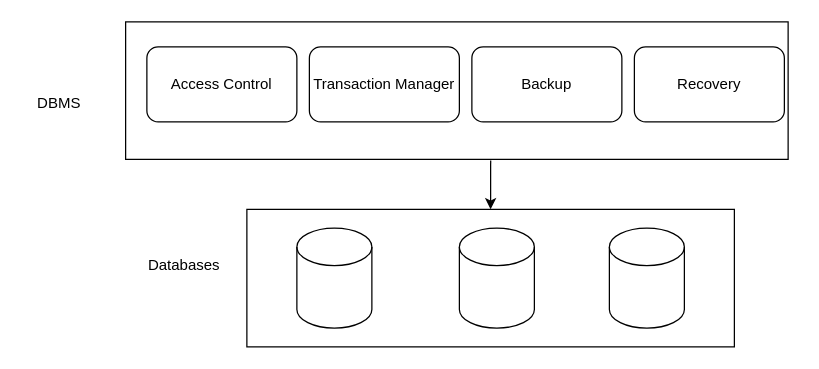
jayanthkmr/architecture-diagrams keeps this draw.io diagram as Database Diagram.drawio. Above is the earlier version. Source tidied: cells renumbered, new cells numbered last; positions are measured from the earlier drawing's top-left corner, leaving out a move shared by most shapes. Both pictures are drawn from the tidied source at 125%, with x=0, y=0 at pixel (21, 21).
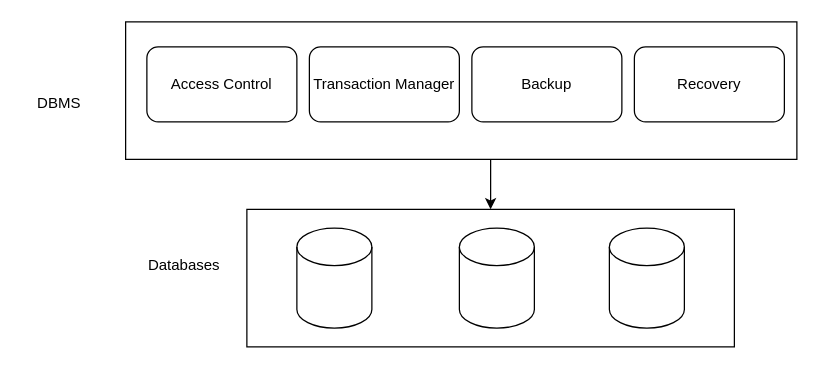
After the change.

Change to the diagram source:
```diff
@@
 <mxGraphModel>
   <root>
     <mxCell id="0" />
     <mxCell id="1" parent="0" />
     <mxCell id="2" style="rounded=0;whiteSpace=wrap;html=1;" parent="1" vertex="1">
-      <mxGeometry x="83" width="530" height="110" as="geometry" />
+      <mxGeometry x="83" width="537" height="110" as="geometry" />
     </mxCell>
     <mxCell id="3" style="rounded=0;whiteSpace=wrap;html=1;" parent="1" vertex="1">
       <mxGeometry x="180" y="150" width="390" height="110" as="geometry" />
     </mxCell>
     <mxCell id="4" value="Access Control" style="rounded=1;whiteSpace=wrap;html=1;" parent="1" vertex="1">
       <mxGeometry x="100" y="20" width="120" height="60" as="geometry" />
     </mxCell>
     <mxCell id="5" value="Transaction Manager" style="rounded=1;whiteSpace=wrap;html=1;" parent="1" vertex="1">
       <mxGeometry x="230" y="20" width="120" height="60" as="geometry" />
     </mxCell>
     <mxCell id="6" value="Backup" style="rounded=1;whiteSpace=wrap;html=1;" parent="1" vertex="1">
       <mxGeometry x="360" y="20" width="120" height="60" as="geometry" />
     </mxCell>
     <mxCell id="7" value="Recovery" style="rounded=1;whiteSpace=wrap;html=1;" parent="1" vertex="1">
       <mxGeometry x="490" y="20" width="120" height="60" as="geometry" />
     </mxCell>
     <mxCell id="8" style="shape=cylinder3;whiteSpace=wrap;html=1;boundedLbl=1;backgroundOutline=1;size=15;" parent="1" vertex="1">
       <mxGeometry x="220" y="165" width="60" height="80" as="geometry" />
     </mxCell>
     <mxCell id="9" style="shape=cylinder3;whiteSpace=wrap;html=1;boundedLbl=1;backgroundOutline=1;size=15;" parent="1" vertex="1">
       <mxGeometry x="350" y="165" width="60" height="80" as="geometry" />
     </mxCell>
     <mxCell id="10" style="shape=cylinder3;whiteSpace=wrap;html=1;boundedLbl=1;backgroundOutline=1;size=15;" parent="1" vertex="1">
       <mxGeometry x="470" y="165" width="60" height="80" as="geometry" />
     </mxCell>
-    <mxCell id="11" style="endArrow=classic;html=1;rounded=0;exitX=0.551;exitY=1.009;exitDx=0;exitDy=0;exitPerimeter=0;entryX=0.5;entryY=0;entryDx=0;entryDy=0;" parent="1" edge="1" source="2" target="3">
-      <mxGeometry relative="1" as="geometry" />
+    <mxCell id="11" style="endArrow=classic;html=1;rounded=0;entryX=0.5;entryY=0;entryDx=0;entryDy=0;" parent="1" edge="1" target="3">
+      <mxGeometry relative="1" as="geometry">
+        <mxPoint x="375" y="110" as="sourcePoint" />
+      </mxGeometry>
     </mxCell>
     <mxCell id="12" value="DBMS" style="text;html=1;strokeColor=none;fillColor=none;align=center;verticalAlign=middle;whiteSpace=wrap;rounded=0;" parent="1" vertex="1">
       <mxGeometry y="50" width="60" height="30" as="geometry" />
     </mxCell>
     <mxCell id="13" value="Databases" style="text;html=1;strokeColor=none;fillColor=none;align=center;verticalAlign=middle;whiteSpace=wrap;rounded=0;" parent="1" vertex="1">
       <mxGeometry x="100" y="180" width="60" height="30" as="geometry" />
     </mxCell>
   </root>
 </mxGraphModel>
```
